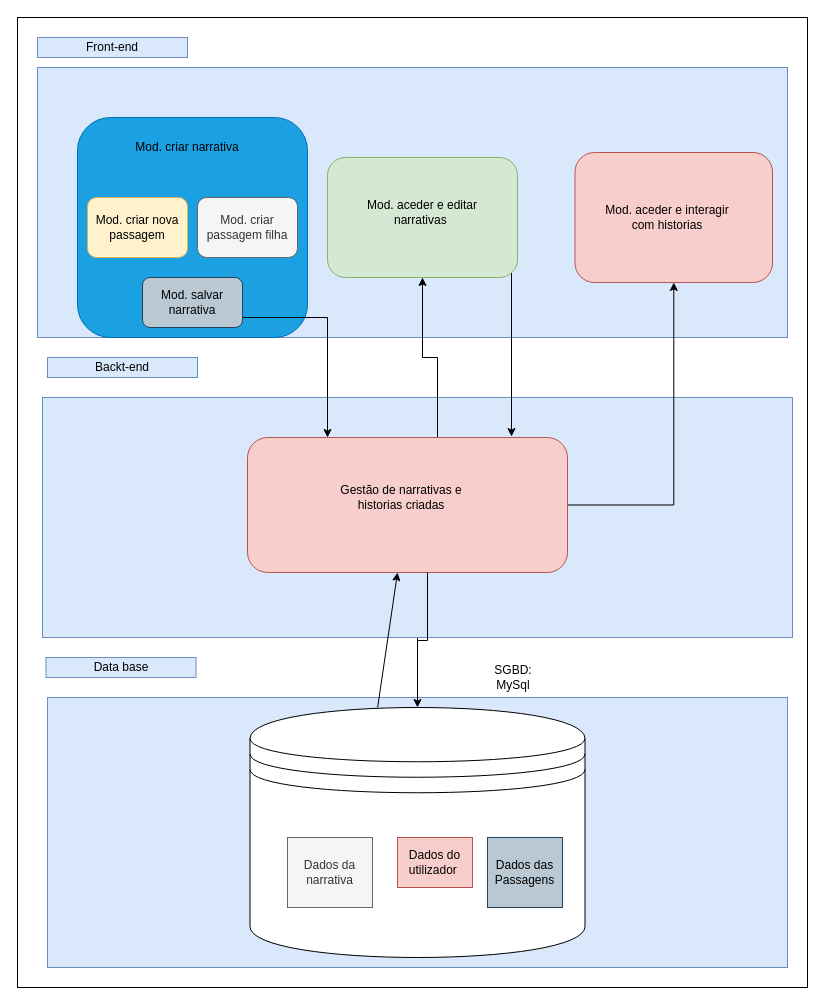
The draw.io diagram Mod.W.FANI/Block Diagram FANI.drawio in EdgarNeto10/FANI, before the edit. Source tidied: cells renumbered, new cells numbered last; positions are measured from the earlier drawing's top-left corner, leaving out a move shared by most shapes. Both pictures are drawn from the tidied source at 100%, with x=0, y=0 at pixel (17, 17).
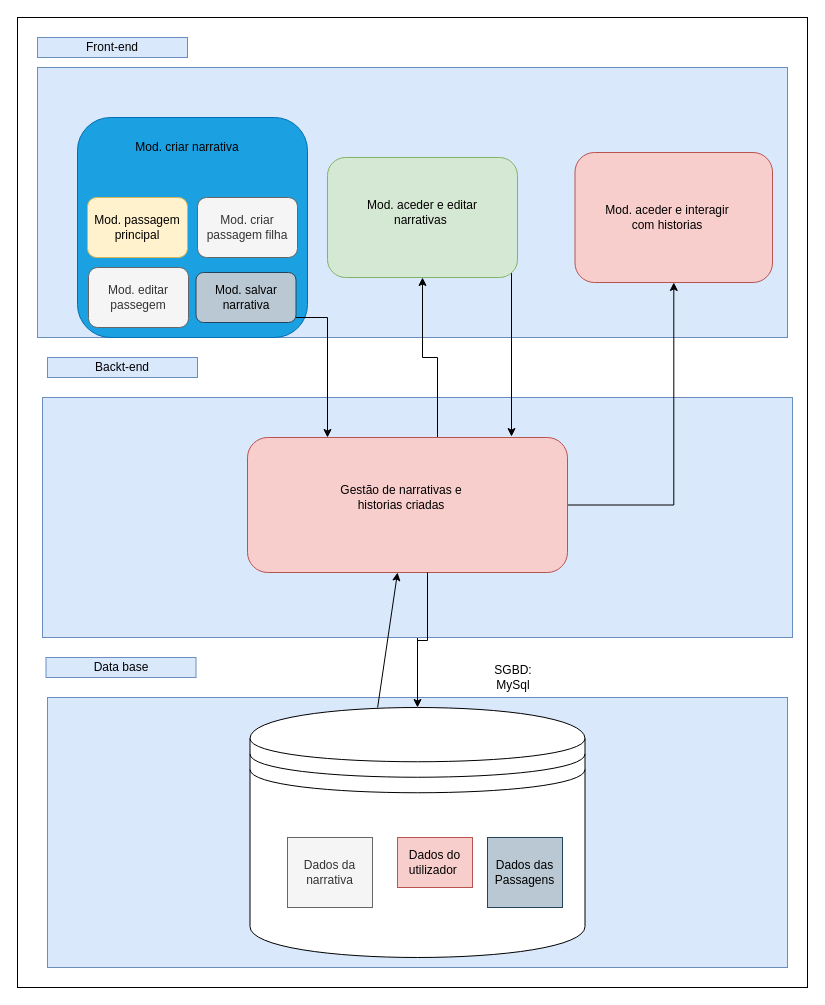
Above is the later version.

Change to the diagram source:
```diff
@@
     <mxCell id="27" value="Mod. salvar narrativa" style="rounded=1;whiteSpace=wrap;html=1;fillColor=#bac8d3;strokeColor=#23445d;" parent="1" vertex="1">
-      <mxGeometry x="125" y="260" width="100" height="50" as="geometry" />
+      <mxGeometry x="178.5" y="255" width="100" height="50" as="geometry" />
     </mxCell>
@@
-    <mxCell id="30" value="Mod. criar nova passagem" style="rounded=1;whiteSpace=wrap;html=1;fillColor=#fff2cc;strokeColor=#d6b656;" parent="1" vertex="1">
+    <mxCell id="30" value="Mod. passagem principal" style="rounded=1;whiteSpace=wrap;html=1;fillColor=#fff2cc;strokeColor=#d6b656;" parent="1" vertex="1">
       <mxGeometry x="70" y="180" width="100" height="60" as="geometry" />
     </mxCell>
@@
+    <mxCell id="34" value="Mod. editar passegem" style="rounded=1;whiteSpace=wrap;html=1;fillColor=#f5f5f5;strokeColor=#666666;fontColor=#333333;" parent="1" vertex="1">
+      <mxGeometry x="71" y="250" width="100" height="60" as="geometry" />
+    </mxCell>
```
